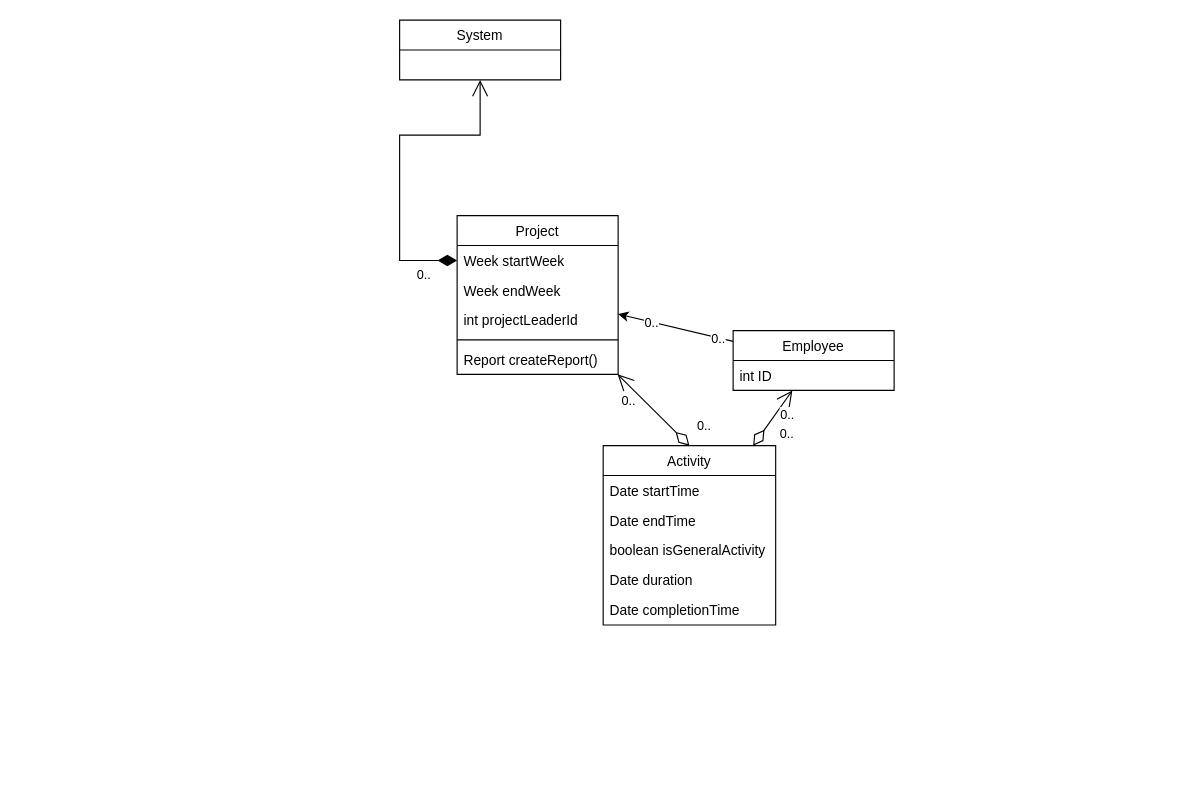
Before: Overordnet - klassediagram.drawio in Buildasaurus/02161-Projekt, a draw.io diagram. Source tidied: cells renumbered, new cells numbered last; positions are measured from the earlier drawing's top-left corner, leaving out a move shared by most shapes. Both pictures are drawn from the tidied source at 115%, with x=0, y=0 at pixel (399, 20).
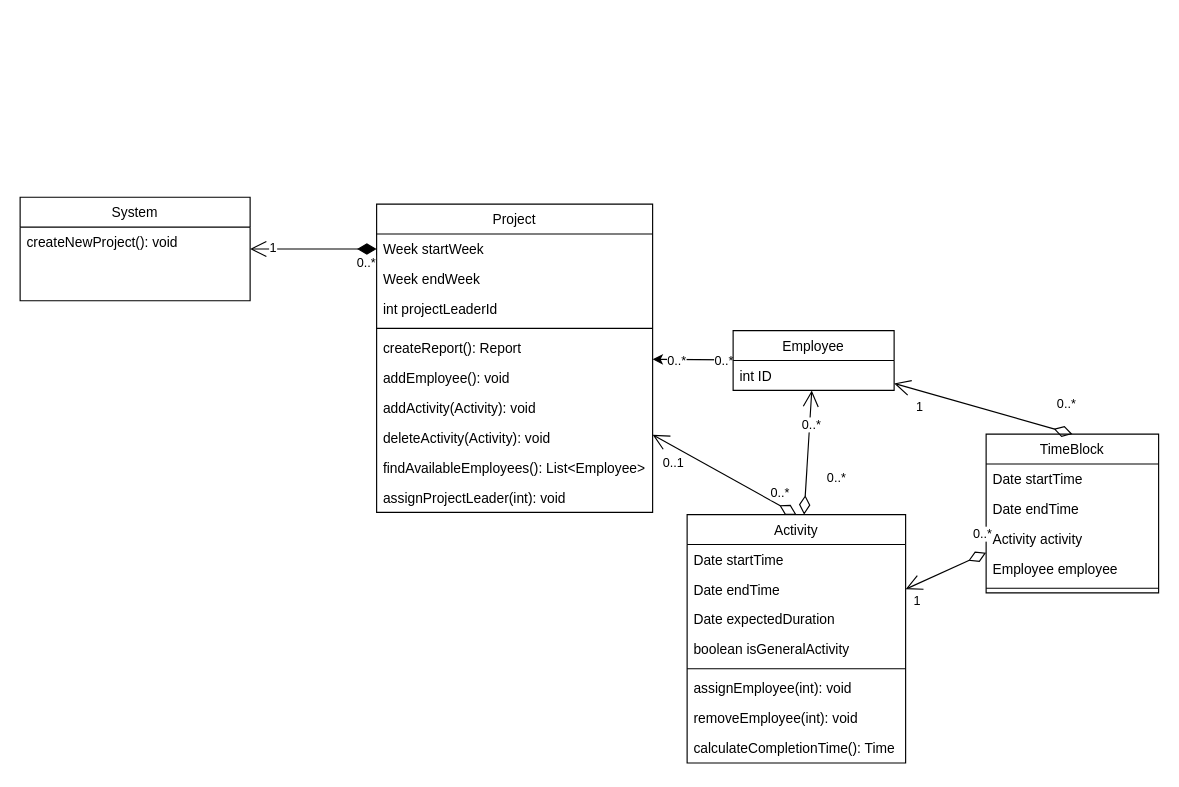
The same diagram, later.

Commit message:
Updated class diagram

The change refers to these unchanged cells:
```xml
<mxCell id="8" style="rounded=0;jettySize=auto;html=1;elbow=vertical;" parent="1" edge="1" source="17" target="2">
  <mxGeometry relative="1" as="geometry" />
</mxCell>
<mxCell id="17" value="Employee" style="swimlane;fontStyle=0;horizontal=1;startSize=26;fillColor=none;" parent="1" vertex="1">
  <mxGeometry x="290" y="270" width="140" height="52" as="geometry" />
</mxCell>
```

The edit, as a diff of the source:
```diff
@@
     <mxCell id="2" value="Project" style="swimlane;fontStyle=0;horizontal=1;startSize=26;fillColor=none;" parent="1" vertex="1">
-      <mxGeometry x="50" y="170" width="140" height="138" as="geometry" />
+      <mxGeometry x="-20" y="160" width="240" height="268" as="geometry" />
     </mxCell>
     <mxCell id="3" value="Week startWeek" style="text;strokeColor=none;fillColor=none;align=left;verticalAlign=top;spacingLeft=4;spacingRight=4;overflow=hidden;points=[[0,0.5],[1,0.5]];portConstraint=eastwest;" parent="2" vertex="1">
-      <mxGeometry y="26" width="140" height="26" as="geometry" />
+      <mxGeometry y="26" width="240" height="26" as="geometry" />
     </mxCell>
     <mxCell id="4" value="Week endWeek" style="text;strokeColor=none;fillColor=none;align=left;verticalAlign=top;spacingLeft=4;spacingRight=4;overflow=hidden;" parent="2" vertex="1">
-      <mxGeometry y="52" width="140" height="26" as="geometry" />
+      <mxGeometry y="52" width="240" height="26" as="geometry" />
     </mxCell>
     <mxCell id="5" value="int projectLeaderId" style="text;strokeColor=none;fillColor=none;align=left;verticalAlign=top;spacingLeft=4;spacingRight=4;overflow=hidden;" parent="2" vertex="1">
-      <mxGeometry y="78" width="140" height="26" as="geometry" />
+      <mxGeometry y="78" width="240" height="26" as="geometry" />
     </mxCell>
     <mxCell id="6" style="line;strokeWidth=1;fillColor=none;align=left;verticalAlign=middle;spacingTop=-1;spacingLeft=3;spacingRight=3;labelPosition=right;strokeColor=inherit;" parent="2" vertex="1">
-      <mxGeometry y="104" width="140" height="8" as="geometry" />
+      <mxGeometry y="104" width="240" height="8" as="geometry" />
     </mxCell>
-    <mxCell id="7" value="Report createReport()" style="text;strokeColor=none;fillColor=none;align=left;verticalAlign=top;spacingLeft=4;spacingRight=4;overflow=hidden;" parent="2" vertex="1">
-      <mxGeometry y="112" width="140" height="26" as="geometry" />
+    <mxCell id="7" value="createReport(): Report" style="text;strokeColor=none;fillColor=none;align=left;verticalAlign=top;spacingLeft=4;spacingRight=4;overflow=hidden;" parent="2" vertex="1">
+      <mxGeometry y="112" width="240" height="26" as="geometry" />
     </mxCell>
+    <mxCell id="26" value="addEmployee(): void" style="text;strokeColor=none;fillColor=none;align=left;verticalAlign=top;spacingLeft=4;spacingRight=4;overflow=hidden;" parent="2" vertex="1">
+      <mxGeometry y="138" width="240" height="26" as="geometry" />
+    </mxCell>
+    <mxCell id="27" value="addActivity(Activity): void" style="text;strokeColor=none;fillColor=none;align=left;verticalAlign=top;spacingLeft=4;spacingRight=4;overflow=hidden;" parent="2" vertex="1">
+      <mxGeometry y="164" width="240" height="26" as="geometry" />
+    </mxCell>
+    <mxCell id="28" value="deleteActivity(Activity): void" style="text;strokeColor=none;fillColor=none;align=left;verticalAlign=top;spacingLeft=4;spacingRight=4;overflow=hidden;" parent="2" vertex="1">
+      <mxGeometry y="190" width="240" height="26" as="geometry" />
+    </mxCell>
+    <mxCell id="29" value="findAvailableEmployees(): List&lt;Employee&gt;" style="text;strokeColor=none;fillColor=none;align=left;verticalAlign=top;spacingLeft=4;spacingRight=4;overflow=hidden;" parent="2" vertex="1">
+      <mxGeometry y="216" width="240" height="26" as="geometry" />
+    </mxCell>
+    <mxCell id="30" value="assignProjectLeader(int): void" style="text;strokeColor=none;fillColor=none;align=left;verticalAlign=top;spacingLeft=4;spacingRight=4;overflow=hidden;" parent="2" vertex="1">
+      <mxGeometry y="242" width="240" height="26" as="geometry" />
+    </mxCell>
@@
-    <mxCell id="9" value="0.." style="edgeLabel;html=1;align=center;verticalAlign=middle;" parent="8" vertex="1">
+    <mxCell id="9" value="0..*" style="edgeLabel;html=1;align=center;verticalAlign=middle;" parent="8" vertex="1">
       <mxGeometry x="-0.73" relative="1" as="geometry" />
     </mxCell>
-    <mxCell id="10" value="0.." style="edgeLabel;html=1;align=center;verticalAlign=middle;" parent="8" vertex="1">
+    <mxCell id="10" value="0..*" style="edgeLabel;html=1;align=center;verticalAlign=middle;" parent="8" vertex="1">
       <mxGeometry x="0.43" relative="1" as="geometry" />
     </mxCell>
     <mxCell id="11" value="Activity" style="swimlane;fontStyle=0;horizontal=1;startSize=26;fillColor=none;" parent="1" vertex="1">
-      <mxGeometry x="177" y="370" width="150" height="156" as="geometry" />
+      <mxGeometry x="250" y="430" width="190" height="216" as="geometry" />
     </mxCell>
     <mxCell id="12" value="Date startTime" style="text;strokeColor=none;fillColor=none;align=left;verticalAlign=top;spacingLeft=4;spacingRight=4;overflow=hidden;" parent="11" vertex="1">
-      <mxGeometry y="26" width="150" height="26" as="geometry" />
+      <mxGeometry y="26" width="190" height="26" as="geometry" />
     </mxCell>
     <mxCell id="13" value="Date endTime" style="text;strokeColor=none;fillColor=none;align=left;verticalAlign=top;spacingLeft=4;spacingRight=4;overflow=hidden;" parent="11" vertex="1">
-      <mxGeometry y="52" width="150" height="26" as="geometry" />
+      <mxGeometry y="52" width="190" height="26" as="geometry" />
     </mxCell>
+    <mxCell id="16" value="Date expectedDuration" style="text;strokeColor=none;fillColor=none;align=left;verticalAlign=top;spacingLeft=4;spacingRight=4;overflow=hidden;" parent="11" vertex="1">
+      <mxGeometry y="78" width="190" height="26" as="geometry" />
+    </mxCell>
     <mxCell id="14" value="boolean isGeneralActivity" style="text;strokeColor=none;fillColor=none;align=left;verticalAlign=top;spacingLeft=4;spacingRight=4;overflow=hidden;" parent="11" vertex="1">
-      <mxGeometry y="78" width="150" height="26" as="geometry" />
+      <mxGeometry y="104" width="190" height="26" as="geometry" />
     </mxCell>
-    <mxCell id="15" value="Date duration" style="text;strokeColor=none;fillColor=none;align=left;verticalAlign=top;spacingLeft=4;spacingRight=4;overflow=hidden;" parent="11" vertex="1">
-      <mxGeometry y="104" width="150" height="26" as="geometry" />
-    </mxCell>
-    <mxCell id="16" value="Date completionTime" style="text;strokeColor=none;fillColor=none;align=left;verticalAlign=top;spacingLeft=4;spacingRight=4;overflow=hidden;" parent="11" vertex="1">
-      <mxGeometry y="130" width="150" height="26" as="geometry" />
-    </mxCell>
+    <mxCell id="31" style="line;strokeWidth=1;fillColor=none;align=left;verticalAlign=middle;spacingTop=-1;spacingLeft=3;spacingRight=3;labelPosition=right;strokeColor=inherit;" parent="11" vertex="1">
+      <mxGeometry y="130" width="190" height="8" as="geometry" />
+    </mxCell>
+    <mxCell id="32" value="assignEmployee(int): void" style="text;strokeColor=none;fillColor=none;align=left;verticalAlign=top;spacingLeft=4;spacingRight=4;overflow=hidden;" parent="11" vertex="1">
+      <mxGeometry y="138" width="190" height="26" as="geometry" />
+    </mxCell>
+    <mxCell id="33" value="removeEmployee(int): void" style="text;strokeColor=none;fillColor=none;align=left;verticalAlign=top;spacingLeft=4;spacingRight=4;overflow=hidden;" parent="11" vertex="1">
+      <mxGeometry y="164" width="190" height="26" as="geometry" />
+    </mxCell>
+    <mxCell id="34" value="calculateCompletionTime(): Time" style="text;strokeColor=none;fillColor=none;align=left;verticalAlign=top;spacingLeft=4;spacingRight=4;overflow=hidden;" parent="11" vertex="1">
+      <mxGeometry y="190" width="190" height="26" as="geometry" />
+    </mxCell>
@@
-    <mxCell id="19" value="0.." style="endArrow=open;html=1;endSize=12;startArrow=diamondThin;startSize=14;startFill=0;align=left;verticalAlign=bottom;rounded=0;elbow=vertical;" parent="1" edge="1" source="11" target="17">
+    <mxCell id="19" value="0..*" style="endArrow=open;html=1;endSize=12;startArrow=diamondThin;startSize=14;startFill=0;align=left;verticalAlign=bottom;rounded=0;elbow=vertical;" parent="1" edge="1" source="11" target="17">
       <mxGeometry x="-0.56" y="-17" relative="1" as="geometry" />
     </mxCell>
-    <mxCell id="20" value="0.." style="edgeLabel;html=1;align=center;verticalAlign=middle;" parent="19" vertex="1">
+    <mxCell id="20" value="0..*" style="edgeLabel;html=1;align=center;verticalAlign=middle;" parent="19" vertex="1">
       <mxGeometry x="0.72" relative="1" as="geometry">
         <mxPoint y="14" as="offset" />
       </mxGeometry>
     </mxCell>
     <mxCell id="21" value="System" style="swimlane;fontStyle=0;horizontal=1;startSize=26;fillColor=none;" parent="1" vertex="1">
-      <mxGeometry width="140" height="52" as="geometry" />
+      <mxGeometry x="-330" y="154" width="200" height="90" as="geometry" />
     </mxCell>
+    <mxCell id="35" value="createNewProject(): void" style="text;strokeColor=none;fillColor=none;align=left;verticalAlign=top;spacingLeft=4;spacingRight=4;overflow=hidden;" parent="21" vertex="1">
+      <mxGeometry y="26" width="200" height="64" as="geometry" />
+    </mxCell>
-    <mxCell id="22" style="endArrow=open;html=1;endSize=12;startArrow=diamondThin;startSize=14;startFill=1;align=left;verticalAlign=bottom;rounded=0;entryX=0.5;entryY=1;entryDx=0;entryDy=0;edgeStyle=orthogonalEdgeStyle;elbow=vertical;exitX=0;exitY=0.5;exitDx=0;exitDy=0;" parent="1" edge="1" source="3" target="21">
-      <mxGeometry x="-0.86" y="-29" relative="1" as="geometry">
-        <Array as="points">
-          <mxPoint y="209" />
-          <mxPoint y="100" />
-          <mxPoint x="70" y="100" />
-        </Array>
-      </mxGeometry>
+    <mxCell id="22" style="endArrow=open;html=1;endSize=12;startArrow=diamondThin;startSize=14;startFill=1;align=left;verticalAlign=bottom;rounded=0;elbow=vertical;exitX=0;exitY=0.5;exitDx=0;exitDy=0;edgeStyle=orthogonalEdgeStyle;" parent="1" edge="1" source="3" target="21">
+      <mxGeometry x="-0.86" y="-29" relative="1" as="geometry" />
     </mxCell>
-    <mxCell id="23" value="0.." style="edgeLabel;html=1;align=center;verticalAlign=middle;" parent="22" vertex="1">
-      <mxGeometry x="0.78" y="-1" relative="1" as="geometry">
-        <mxPoint x="-51" y="139" as="offset" />
-      </mxGeometry>
-    </mxCell>
+    <mxCell id="36" value="0..*" style="edgeLabel;html=1;align=center;verticalAlign=middle;" parent="22" vertex="1">
+      <mxGeometry x="0.76" relative="1" as="geometry">
+        <mxPoint x="87" y="11" as="offset" />
+      </mxGeometry>
+    </mxCell>
+    <mxCell id="37" value="1" style="edgeLabel;html=1;align=center;verticalAlign=middle;" parent="22" vertex="1">
+      <mxGeometry x="0.81" y="-2" relative="1" as="geometry">
+        <mxPoint x="9" as="offset" />
+      </mxGeometry>
+    </mxCell>
-    <mxCell id="24" value="0.." style="endArrow=open;html=1;endSize=12;startArrow=diamondThin;startSize=14;startFill=0;align=left;verticalAlign=bottom;rounded=0;elbow=vertical;exitX=0.5;exitY=0;exitDx=0;exitDy=0;" parent="1" edge="1" source="11" target="2">
-      <mxGeometry x="-0.95" y="-9" relative="1" as="geometry" />
+    <mxCell id="24" value="0..*" style="endArrow=open;html=1;endSize=12;startArrow=diamondThin;startSize=14;startFill=0;align=left;verticalAlign=bottom;rounded=0;elbow=vertical;exitX=0.5;exitY=0;exitDx=0;exitDy=0;" parent="1" edge="1" source="11" target="2">
+      <mxGeometry x="-0.63" y="3" relative="1" as="geometry" />
     </mxCell>
-    <mxCell id="25" value="0.." style="edgeLabel;html=1;align=center;verticalAlign=middle;" parent="24" vertex="1">
+    <mxCell id="25" value="0..1" style="edgeLabel;html=1;align=center;verticalAlign=middle;" parent="24" vertex="1">
       <mxGeometry x="0.72" relative="1" as="geometry">
         <mxPoint y="14" as="offset" />
       </mxGeometry>
     </mxCell>
+    <mxCell id="38" value="TimeBlock" style="swimlane;fontStyle=0;horizontal=1;startSize=26;fillColor=none;" parent="1" vertex="1">
+      <mxGeometry x="510" y="360" width="150" height="138" as="geometry" />
+    </mxCell>
+    <mxCell id="39" value="Date startTime" style="text;strokeColor=none;fillColor=none;align=left;verticalAlign=top;spacingLeft=4;spacingRight=4;overflow=hidden;" parent="38" vertex="1">
+      <mxGeometry y="26" width="150" height="26" as="geometry" />
+    </mxCell>
+    <mxCell id="40" value="Date endTime" style="text;strokeColor=none;fillColor=none;align=left;verticalAlign=top;spacingLeft=4;spacingRight=4;overflow=hidden;" parent="38" vertex="1">
+      <mxGeometry y="52" width="150" height="26" as="geometry" />
+    </mxCell>
+    <mxCell id="41" value="Activity activity" style="text;strokeColor=none;fillColor=none;align=left;verticalAlign=top;spacingLeft=4;spacingRight=4;overflow=hidden;" parent="38" vertex="1">
+      <mxGeometry y="78" width="150" height="26" as="geometry" />
+    </mxCell>
+    <mxCell id="42" value="Employee employee" style="text;strokeColor=none;fillColor=none;align=left;verticalAlign=top;spacingLeft=4;spacingRight=4;overflow=hidden;" parent="38" vertex="1">
+      <mxGeometry y="104" width="150" height="26" as="geometry" />
+    </mxCell>
+    <mxCell id="43" style="line;strokeWidth=1;fillColor=none;align=left;verticalAlign=middle;spacingTop=-1;spacingLeft=3;spacingRight=3;labelPosition=right;strokeColor=inherit;" parent="38" vertex="1">
+      <mxGeometry y="130" width="150" height="8" as="geometry" />
+    </mxCell>
+    <mxCell id="44" value="0..*" style="endArrow=open;html=1;endSize=12;startArrow=diamondThin;startSize=14;startFill=0;align=left;verticalAlign=bottom;rounded=0;elbow=vertical;exitX=0.5;exitY=0;exitDx=0;exitDy=0;" parent="1" edge="1" source="38" target="17">
+      <mxGeometry x="-0.76" y="-12" relative="1" as="geometry" />
+    </mxCell>
+    <mxCell id="45" value="1" style="edgeLabel;html=1;align=center;verticalAlign=middle;" parent="44" vertex="1">
+      <mxGeometry x="0.72" relative="1" as="geometry">
+        <mxPoint y="14" as="offset" />
+      </mxGeometry>
+    </mxCell>
+    <mxCell id="46" value="0..*" style="endArrow=open;html=1;endSize=12;startArrow=diamondThin;startSize=14;startFill=0;align=left;verticalAlign=bottom;rounded=0;elbow=vertical;" parent="1" edge="1" source="38" target="11">
+      <mxGeometry x="-0.76" y="-12" relative="1" as="geometry" />
+    </mxCell>
+    <mxCell id="47" value="1" style="edgeLabel;html=1;align=center;verticalAlign=middle;" parent="46" vertex="1">
+      <mxGeometry x="0.72" relative="1" as="geometry">
+        <mxPoint y="14" as="offset" />
+      </mxGeometry>
+    </mxCell>
```
